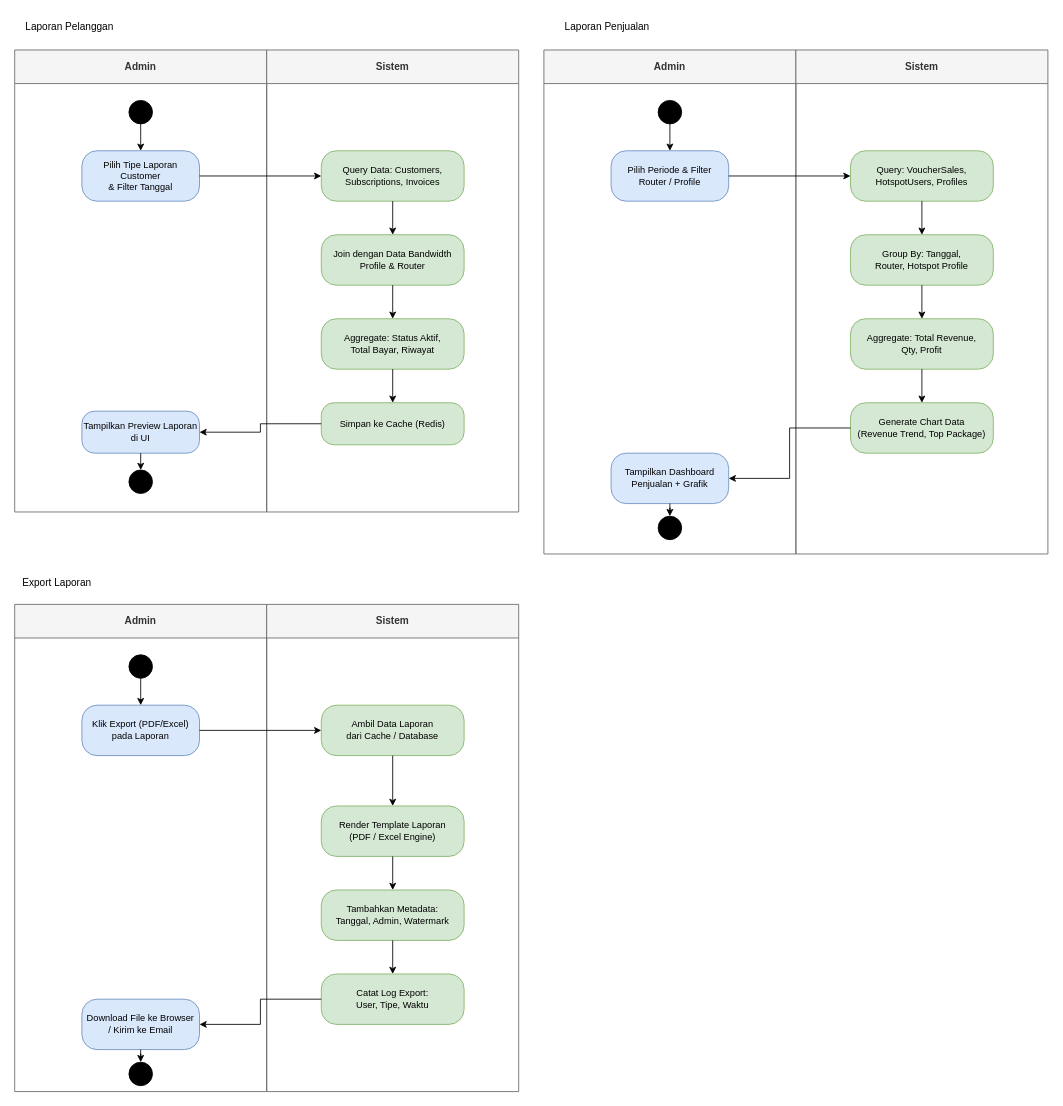
The draw.io diagram diagram/activity/laporan.drawio in quiqxiq/mikmongo, before the edit. Source tidied: cells renumbered, new cells numbered last; positions are measured from the earlier drawing's top-left corner, leaving out a move shared by most shapes. Both pictures are drawn from the tidied source at 84%, with x=0, y=0 at pixel (14, 14).
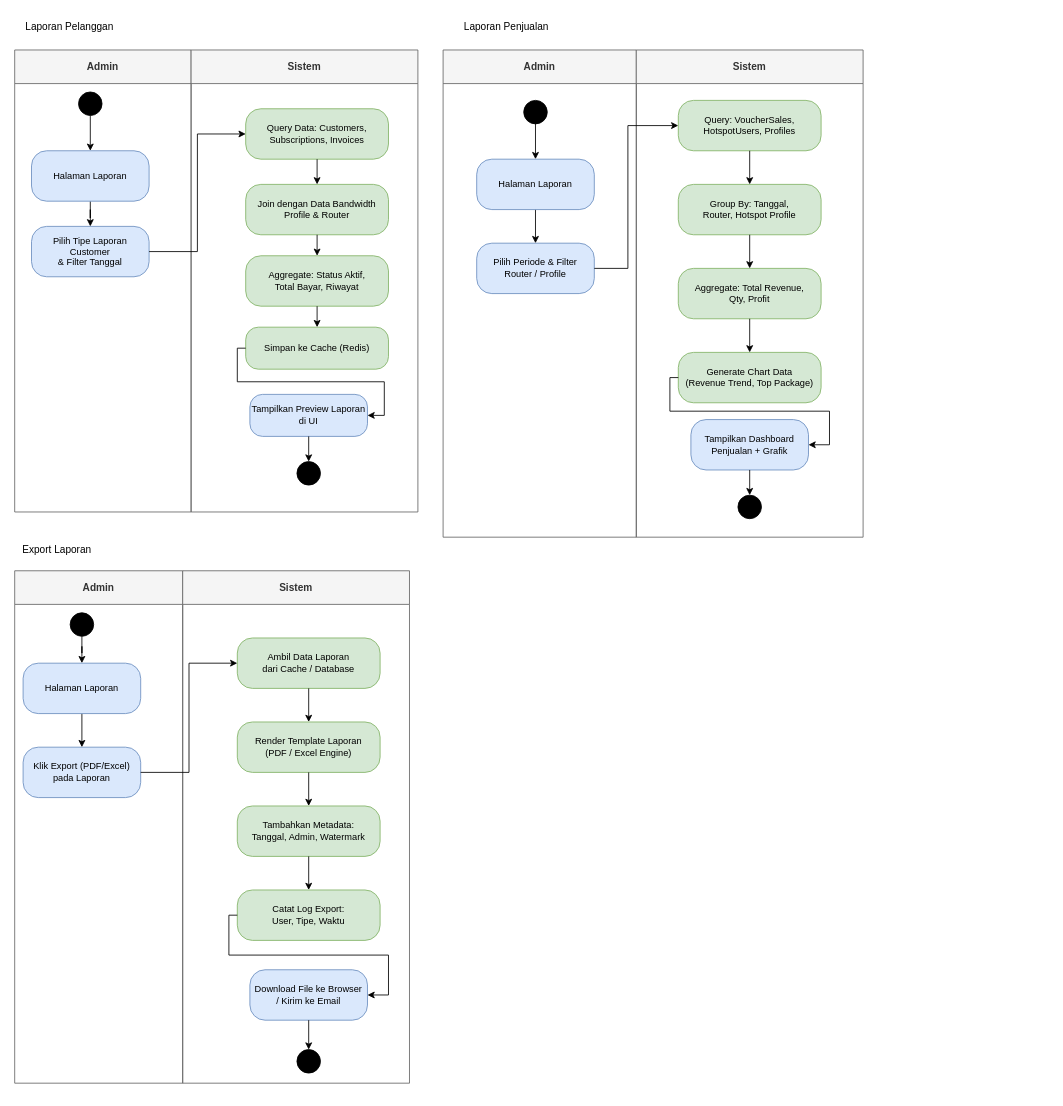
The same page after the edit.

The edit, as a diff of the source:
```diff
@@
     <mxCell id="3" value="Admin" style="swimlane;whiteSpace=wrap;html=1;startSize=40;fillColor=#f5f5f5;fontColor=#333333;strokeColor=#666666;" parent="1" vertex="1">
-      <mxGeometry y="42" width="300" height="550" as="geometry" />
+      <mxGeometry y="42" width="210" height="550" as="geometry" />
     </mxCell>
+    <mxCell id="56" style="edgeStyle=orthogonalEdgeStyle;rounded=0;jettySize=auto;html=1;entryX=0.5;entryY=0;entryDx=0;entryDy=0;" parent="3" edge="1" source="4" target="58">
+      <mxGeometry relative="1" as="geometry" />
+    </mxCell>
     <mxCell id="4" style="ellipse;fillColor=#000000;strokeColor=#000000;" parent="3" vertex="1">
-      <mxGeometry x="136" y="60" width="28" height="28" as="geometry" />
+      <mxGeometry x="76" y="50" width="28" height="28" as="geometry" />
     </mxCell>
     <mxCell id="5" value="Pilih Tipe Laporan Customer&#10;&amp; Filter Tanggal" style="rounded=1;whiteSpace=wrap;html=1;fillColor=#dae8fc;strokeColor=#6c8ebf;fontSize=11;arcSize=30;" parent="3" vertex="1">
-      <mxGeometry x="80" y="120" width="140" height="60" as="geometry" />
+      <mxGeometry x="20" y="210" width="140" height="60" as="geometry" />
     </mxCell>
-    <mxCell id="6" value="Tampilkan Preview Laporan di UI" style="rounded=1;whiteSpace=wrap;html=1;fillColor=#dae8fc;strokeColor=#6c8ebf;fontSize=11;arcSize=30;" parent="3" vertex="1">
-      <mxGeometry x="80" y="430" width="140" height="50" as="geometry" />
-    </mxCell>
-    <mxCell id="7" style="shape=doubleEllipse;fillColor=#000000;strokeColor=#000000;" parent="3" vertex="1">
-      <mxGeometry x="136" y="500" width="28" height="28" as="geometry" />
-    </mxCell>
-    <mxCell id="8" style="edgeStyle=none;html=1;" parent="3" edge="1" source="4" target="5">
-      <mxGeometry relative="1" as="geometry" />
-    </mxCell>
-    <mxCell id="9" style="edgeStyle=orthogonalEdgeStyle;rounded=0;html=1;" parent="3" edge="1" source="6" target="7">
-      <mxGeometry relative="1" as="geometry" />
-    </mxCell>
+    <mxCell id="57" style="edgeStyle=orthogonalEdgeStyle;rounded=0;jettySize=auto;html=1;entryX=0.5;entryY=0;entryDx=0;entryDy=0;" parent="3" edge="1" source="58" target="5">
+      <mxGeometry relative="1" as="geometry" />
+    </mxCell>
+    <mxCell id="58" value="Halaman Laporan" style="rounded=1;whiteSpace=wrap;html=1;fillColor=#dae8fc;strokeColor=#6c8ebf;fontSize=11;arcSize=30;" parent="3" vertex="1">
+      <mxGeometry x="20" y="120" width="140" height="60" as="geometry" />
+    </mxCell>
     <mxCell id="10" value="Sistem" style="swimlane;whiteSpace=wrap;html=1;startSize=40;fillColor=#f5f5f5;fontColor=#333333;strokeColor=#666666;" parent="1" vertex="1">
-      <mxGeometry x="300" y="42" width="300" height="550" as="geometry" />
+      <mxGeometry x="210" y="42" width="270" height="550" as="geometry" />
     </mxCell>
     <mxCell id="11" value="Query Data: Customers,&#10;Subscriptions, Invoices" style="rounded=1;whiteSpace=wrap;html=1;fillColor=#d5e8d4;strokeColor=#82b366;fontSize=11;arcSize=30;" parent="10" vertex="1">
-      <mxGeometry x="65" y="120" width="170" height="60" as="geometry" />
+      <mxGeometry x="65" y="70" width="170" height="60" as="geometry" />
     </mxCell>
     <mxCell id="12" value="Join dengan Data Bandwidth&#10;Profile &amp; Router" style="rounded=1;whiteSpace=wrap;html=1;fillColor=#d5e8d4;strokeColor=#82b366;fontSize=11;arcSize=30;" parent="10" vertex="1">
-      <mxGeometry x="65" y="220" width="170" height="60" as="geometry" />
+      <mxGeometry x="65" y="160" width="170" height="60" as="geometry" />
     </mxCell>
     <mxCell id="13" value="Aggregate: Status Aktif,&#10;Total Bayar, Riwayat" style="rounded=1;whiteSpace=wrap;html=1;fillColor=#d5e8d4;strokeColor=#82b366;fontSize=11;arcSize=30;" parent="10" vertex="1">
-      <mxGeometry x="65" y="320" width="170" height="60" as="geometry" />
+      <mxGeometry x="65" y="245" width="170" height="60" as="geometry" />
     </mxCell>
     <mxCell id="14" value="Simpan ke Cache (Redis)" style="rounded=1;whiteSpace=wrap;html=1;fillColor=#d5e8d4;strokeColor=#82b366;fontSize=11;arcSize=30;" parent="10" vertex="1">
-      <mxGeometry x="65" y="420" width="170" height="50" as="geometry" />
+      <mxGeometry x="65" y="330" width="170" height="50" as="geometry" />
     </mxCell>
@@
+    <mxCell id="6" value="Tampilkan Preview Laporan di UI" style="rounded=1;whiteSpace=wrap;html=1;fillColor=#dae8fc;strokeColor=#6c8ebf;fontSize=11;arcSize=30;" parent="10" vertex="1">
+      <mxGeometry x="70" y="410" width="140" height="50" as="geometry" />
+    </mxCell>
+    <mxCell id="19" style="edgeStyle=orthogonalEdgeStyle;rounded=0;html=1;exitX=0;exitY=0.5;exitDx=0;exitDy=0;entryX=1;entryY=0.5;entryDx=0;entryDy=0;" parent="10" edge="1" source="14" target="6">
+      <mxGeometry relative="1" as="geometry">
+        <Array as="points">
+          <mxPoint x="55" y="355" />
+          <mxPoint x="55" y="395" />
+          <mxPoint x="230" y="395" />
+          <mxPoint x="230" y="435" />
+        </Array>
+      </mxGeometry>
+    </mxCell>
+    <mxCell id="7" style="shape=doubleEllipse;fillColor=#000000;strokeColor=#000000;" parent="10" vertex="1">
+      <mxGeometry x="126" y="490" width="28" height="28" as="geometry" />
+    </mxCell>
+    <mxCell id="9" style="edgeStyle=orthogonalEdgeStyle;rounded=0;html=1;" parent="10" edge="1" source="6" target="7">
+      <mxGeometry relative="1" as="geometry" />
+    </mxCell>
@@
-    <mxCell id="19" style="edgeStyle=orthogonalEdgeStyle;rounded=0;html=1;exitX=0;exitY=0.5;exitDx=0;exitDy=0;entryX=1;entryY=0.5;entryDx=0;entryDy=0;" parent="1" edge="1" source="14" target="6">
-      <mxGeometry relative="1" as="geometry" />
-    </mxCell>
     <mxCell id="20" value="Laporan Penjualan" style="text;html=1;align=center;verticalAlign=middle;strokeColor=none;fillColor=none;" parent="1" vertex="1">
-      <mxGeometry x="640" width="130" height="30" as="geometry" />
+      <mxGeometry x="520" width="130" height="30" as="geometry" />
     </mxCell>
     <mxCell id="21" value="Admin" style="swimlane;whiteSpace=wrap;html=1;startSize=40;fillColor=#f5f5f5;fontColor=#333333;strokeColor=#666666;" parent="1" vertex="1">
-      <mxGeometry x="630" y="42" width="300" height="600" as="geometry" />
+      <mxGeometry x="510" y="42" width="230" height="580" as="geometry" />
     </mxCell>
+    <mxCell id="59" style="edgeStyle=orthogonalEdgeStyle;rounded=0;jettySize=auto;html=1;entryX=0.5;entryY=0;entryDx=0;entryDy=0;" parent="21" edge="1" source="22" target="61">
+      <mxGeometry relative="1" as="geometry" />
+    </mxCell>
     <mxCell id="22" style="ellipse;fillColor=#000000;strokeColor=#000000;" parent="21" vertex="1">
-      <mxGeometry x="136" y="60" width="28" height="28" as="geometry" />
+      <mxGeometry x="96" y="60" width="28" height="28" as="geometry" />
     </mxCell>
     <mxCell id="23" value="Pilih Periode &amp; Filter&#10;Router / Profile" style="rounded=1;whiteSpace=wrap;html=1;fillColor=#dae8fc;strokeColor=#6c8ebf;fontSize=11;arcSize=30;" parent="21" vertex="1">
-      <mxGeometry x="80" y="120" width="140" height="60" as="geometry" />
+      <mxGeometry x="40" y="230" width="140" height="60" as="geometry" />
     </mxCell>
-    <mxCell id="24" value="Tampilkan Dashboard&#10;Penjualan + Grafik" style="rounded=1;whiteSpace=wrap;html=1;fillColor=#dae8fc;strokeColor=#6c8ebf;fontSize=11;arcSize=30;" parent="21" vertex="1">
-      <mxGeometry x="80" y="480" width="140" height="60" as="geometry" />
-    </mxCell>
-    <mxCell id="25" style="shape=doubleEllipse;fillColor=#000000;strokeColor=#000000;" parent="21" vertex="1">
-      <mxGeometry x="136" y="555" width="28" height="28" as="geometry" />
-    </mxCell>
-    <mxCell id="26" style="edgeStyle=none;html=1;" parent="21" edge="1" source="22" target="23">
-      <mxGeometry relative="1" as="geometry" />
-    </mxCell>
-    <mxCell id="27" style="edgeStyle=orthogonalEdgeStyle;rounded=0;html=1;" parent="21" edge="1" source="24" target="25">
-      <mxGeometry relative="1" as="geometry" />
-    </mxCell>
+    <mxCell id="60" style="edgeStyle=orthogonalEdgeStyle;rounded=0;jettySize=auto;html=1;" parent="21" edge="1" source="61" target="23">
+      <mxGeometry relative="1" as="geometry" />
+    </mxCell>
+    <mxCell id="61" value="Halaman Laporan" style="rounded=1;whiteSpace=wrap;html=1;fillColor=#dae8fc;strokeColor=#6c8ebf;fontSize=11;arcSize=30;" parent="21" vertex="1">
+      <mxGeometry x="40" y="130" width="140" height="60" as="geometry" />
+    </mxCell>
     <mxCell id="28" value="Sistem" style="swimlane;whiteSpace=wrap;html=1;startSize=40;fillColor=#f5f5f5;fontColor=#333333;strokeColor=#666666;" parent="1" vertex="1">
-      <mxGeometry x="930" y="42" width="300" height="600" as="geometry" />
+      <mxGeometry x="740" y="42" width="270" height="580" as="geometry" />
     </mxCell>
     <mxCell id="29" value="Query: VoucherSales,&#10;HotspotUsers, Profiles" style="rounded=1;whiteSpace=wrap;html=1;fillColor=#d5e8d4;strokeColor=#82b366;fontSize=11;arcSize=30;" parent="28" vertex="1">
-      <mxGeometry x="65" y="120" width="170" height="60" as="geometry" />
+      <mxGeometry x="50" y="60" width="170" height="60" as="geometry" />
     </mxCell>
     <mxCell id="30" value="Group By: Tanggal,&#10;Router, Hotspot Profile" style="rounded=1;whiteSpace=wrap;html=1;fillColor=#d5e8d4;strokeColor=#82b366;fontSize=11;arcSize=30;" parent="28" vertex="1">
-      <mxGeometry x="65" y="220" width="170" height="60" as="geometry" />
+      <mxGeometry x="50" y="160" width="170" height="60" as="geometry" />
     </mxCell>
     <mxCell id="31" value="Aggregate: Total Revenue,&#10;Qty, Profit" style="rounded=1;whiteSpace=wrap;html=1;fillColor=#d5e8d4;strokeColor=#82b366;fontSize=11;arcSize=30;" parent="28" vertex="1">
-      <mxGeometry x="65" y="320" width="170" height="60" as="geometry" />
+      <mxGeometry x="50" y="260" width="170" height="60" as="geometry" />
     </mxCell>
     <mxCell id="32" value="Generate Chart Data&#10;(Revenue Trend, Top Package)" style="rounded=1;whiteSpace=wrap;html=1;fillColor=#d5e8d4;strokeColor=#82b366;fontSize=11;arcSize=30;" parent="28" vertex="1">
-      <mxGeometry x="65" y="420" width="170" height="60" as="geometry" />
+      <mxGeometry x="50" y="360" width="170" height="60" as="geometry" />
     </mxCell>
@@
+    <mxCell id="24" value="Tampilkan Dashboard&#10;Penjualan + Grafik" style="rounded=1;whiteSpace=wrap;html=1;fillColor=#dae8fc;strokeColor=#6c8ebf;fontSize=11;arcSize=30;" parent="28" vertex="1">
+      <mxGeometry x="65" y="440" width="140" height="60" as="geometry" />
+    </mxCell>
+    <mxCell id="37" style="edgeStyle=orthogonalEdgeStyle;rounded=0;html=1;exitX=0;exitY=0.5;exitDx=0;exitDy=0;entryX=1;entryY=0.5;entryDx=0;entryDy=0;" parent="28" edge="1" source="32" target="24">
+      <mxGeometry relative="1" as="geometry" />
+    </mxCell>
+    <mxCell id="25" style="shape=doubleEllipse;fillColor=#000000;strokeColor=#000000;" parent="28" vertex="1">
+      <mxGeometry x="121" y="530" width="28" height="28" as="geometry" />
+    </mxCell>
+    <mxCell id="27" style="edgeStyle=orthogonalEdgeStyle;rounded=0;html=1;" parent="28" edge="1" source="24" target="25">
+      <mxGeometry relative="1" as="geometry" />
+    </mxCell>
     <mxCell id="36" style="edgeStyle=orthogonalEdgeStyle;rounded=0;html=1;exitX=1;exitY=0.5;exitDx=0;exitDy=0;entryX=0;entryY=0.5;entryDx=0;entryDy=0;" parent="1" edge="1" source="23" target="29">
-      <mxGeometry relative="1" as="geometry" />
+      <mxGeometry relative="1" as="geometry">
+        <Array as="points">
+          <mxPoint x="730" y="302" />
+          <mxPoint x="730" y="132" />
+        </Array>
+      </mxGeometry>
     </mxCell>
-    <mxCell id="37" style="edgeStyle=orthogonalEdgeStyle;rounded=0;html=1;exitX=0;exitY=0.5;exitDx=0;exitDy=0;entryX=1;entryY=0.5;entryDx=0;entryDy=0;" parent="1" edge="1" source="32" target="24">
-      <mxGeometry relative="1" as="geometry" />
-    </mxCell>
     <mxCell id="38" value="Export Laporan" style="text;html=1;align=center;verticalAlign=middle;strokeColor=none;fillColor=none;" parent="1" vertex="1">
-      <mxGeometry y="662" width="100" height="30" as="geometry" />
+      <mxGeometry y="622" width="100" height="30" as="geometry" />
     </mxCell>
     <mxCell id="39" value="Admin" style="swimlane;whiteSpace=wrap;html=1;startSize=40;fillColor=#f5f5f5;fontColor=#333333;strokeColor=#666666;" parent="1" vertex="1">
-      <mxGeometry y="702" width="300" height="580" as="geometry" />
+      <mxGeometry y="662" width="200" height="610" as="geometry" />
     </mxCell>
+    <mxCell id="62" style="edgeStyle=orthogonalEdgeStyle;rounded=0;jettySize=auto;html=1;" parent="39" edge="1" source="40" target="64">
+      <mxGeometry relative="1" as="geometry" />
+    </mxCell>
     <mxCell id="40" style="ellipse;fillColor=#000000;strokeColor=#000000;" parent="39" vertex="1">
-      <mxGeometry x="136" y="60" width="28" height="28" as="geometry" />
+      <mxGeometry x="66" y="50" width="28" height="28" as="geometry" />
     </mxCell>
     <mxCell id="41" value="Klik Export (PDF/Excel)&#10;pada Laporan" style="rounded=1;whiteSpace=wrap;html=1;fillColor=#dae8fc;strokeColor=#6c8ebf;fontSize=11;arcSize=30;" parent="39" vertex="1">
-      <mxGeometry x="80" y="120" width="140" height="60" as="geometry" />
+      <mxGeometry x="10" y="210" width="140" height="60" as="geometry" />
     </mxCell>
-    <mxCell id="42" value="Download File ke Browser&#10;/ Kirim ke Email" style="rounded=1;whiteSpace=wrap;html=1;fillColor=#dae8fc;strokeColor=#6c8ebf;fontSize=11;arcSize=30;" parent="39" vertex="1">
-      <mxGeometry x="80" y="470" width="140" height="60" as="geometry" />
-    </mxCell>
-    <mxCell id="43" style="shape=doubleEllipse;fillColor=#000000;strokeColor=#000000;" parent="39" vertex="1">
-      <mxGeometry x="136" y="545" width="28" height="28" as="geometry" />
-    </mxCell>
-    <mxCell id="44" style="edgeStyle=none;html=1;" parent="39" edge="1" source="40" target="41">
-      <mxGeometry relative="1" as="geometry" />
-    </mxCell>
-    <mxCell id="45" style="edgeStyle=orthogonalEdgeStyle;rounded=0;html=1;" parent="39" edge="1" source="42" target="43">
-      <mxGeometry relative="1" as="geometry" />
-    </mxCell>
+    <mxCell id="63" style="edgeStyle=orthogonalEdgeStyle;rounded=0;jettySize=auto;html=1;" parent="39" edge="1" source="64" target="41">
+      <mxGeometry relative="1" as="geometry" />
+    </mxCell>
+    <mxCell id="64" value="Halaman Laporan" style="rounded=1;whiteSpace=wrap;html=1;fillColor=#dae8fc;strokeColor=#6c8ebf;fontSize=11;arcSize=30;" parent="39" vertex="1">
+      <mxGeometry x="10" y="110" width="140" height="60" as="geometry" />
+    </mxCell>
     <mxCell id="46" value="Sistem" style="swimlane;whiteSpace=wrap;html=1;startSize=40;fillColor=#f5f5f5;fontColor=#333333;strokeColor=#666666;" parent="1" vertex="1">
-      <mxGeometry x="300" y="702" width="300" height="580" as="geometry" />
+      <mxGeometry x="200" y="662" width="270" height="610" as="geometry" />
     </mxCell>
     <mxCell id="47" value="Ambil Data Laporan&#10;dari Cache / Database" style="rounded=1;whiteSpace=wrap;html=1;fillColor=#d5e8d4;strokeColor=#82b366;fontSize=11;arcSize=30;" parent="46" vertex="1">
-      <mxGeometry x="65" y="120" width="170" height="60" as="geometry" />
+      <mxGeometry x="65" y="80" width="170" height="60" as="geometry" />
     </mxCell>
     <mxCell id="48" value="Render Template Laporan&#10;(PDF / Excel Engine)" style="rounded=1;whiteSpace=wrap;html=1;fillColor=#d5e8d4;strokeColor=#82b366;fontSize=11;arcSize=30;" parent="46" vertex="1">
-      <mxGeometry x="65" y="240" width="170" height="60" as="geometry" />
+      <mxGeometry x="65" y="180" width="170" height="60" as="geometry" />
     </mxCell>
     <mxCell id="49" value="Tambahkan Metadata:&#10;Tanggal, Admin, Watermark" style="rounded=1;whiteSpace=wrap;html=1;fillColor=#d5e8d4;strokeColor=#82b366;fontSize=11;arcSize=30;" parent="46" vertex="1">
-      <mxGeometry x="65" y="340" width="170" height="60" as="geometry" />
+      <mxGeometry x="65" y="280" width="170" height="60" as="geometry" />
     </mxCell>
     <mxCell id="50" value="Catat Log Export:&#10;User, Tipe, Waktu" style="rounded=1;whiteSpace=wrap;html=1;fillColor=#d5e8d4;strokeColor=#82b366;fontSize=11;arcSize=30;" parent="46" vertex="1">
-      <mxGeometry x="65" y="440" width="170" height="60" as="geometry" />
+      <mxGeometry x="65" y="380" width="170" height="60" as="geometry" />
     </mxCell>
@@
+    <mxCell id="42" value="Download File ke Browser&#10;/ Kirim ke Email" style="rounded=1;whiteSpace=wrap;html=1;fillColor=#dae8fc;strokeColor=#6c8ebf;fontSize=11;arcSize=30;" parent="46" vertex="1">
+      <mxGeometry x="80" y="475" width="140" height="60" as="geometry" />
+    </mxCell>
+    <mxCell id="55" style="edgeStyle=orthogonalEdgeStyle;rounded=0;html=1;exitX=0;exitY=0.5;exitDx=0;exitDy=0;entryX=1;entryY=0.5;entryDx=0;entryDy=0;" parent="46" edge="1" source="50" target="42">
+      <mxGeometry relative="1" as="geometry" />
+    </mxCell>
+    <mxCell id="43" style="shape=doubleEllipse;fillColor=#000000;strokeColor=#000000;" parent="46" vertex="1">
+      <mxGeometry x="136" y="570" width="28" height="28" as="geometry" />
+    </mxCell>
+    <mxCell id="45" style="edgeStyle=orthogonalEdgeStyle;rounded=0;html=1;" parent="46" edge="1" source="42" target="43">
+      <mxGeometry relative="1" as="geometry" />
+    </mxCell>
@@
-    <mxCell id="55" style="edgeStyle=orthogonalEdgeStyle;rounded=0;html=1;exitX=0;exitY=0.5;exitDx=0;exitDy=0;entryX=1;entryY=0.5;entryDx=0;entryDy=0;" parent="1" edge="1" source="50" target="42">
-      <mxGeometry relative="1" as="geometry" />
-    </mxCell>
```
